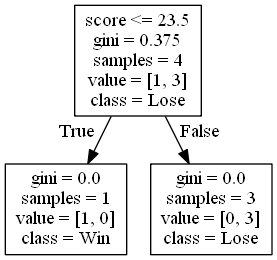
Before: DecisionTrees/Conference USAdecision_tree_with_score13.png, a diagram exported from Graphviz (alexana-steck/CSE482Project). Its source is kept beside it as DecisionTrees/Conference USAdecision_tree_with_score13.dot. Its diagram source:
```dot
digraph Tree {
node [shape=box] ;
0 [label="score <= 23.5\ngini = 0.375\nsamples = 4\nvalue = [1, 3]\nclass = Lose"] ;
1 [label="gini = 0.0\nsamples = 1\nvalue = [1, 0]\nclass = Win"] ;
0 -> 1 [labeldistance=2.5, labelangle=45, headlabel="True"] ;
2 [label="gini = 0.0\nsamples = 3\nvalue = [0, 3]\nclass = Lose"] ;
0 -> 2 [labeldistance=2.5, labelangle=-45, headlabel="False"] ;
}
```
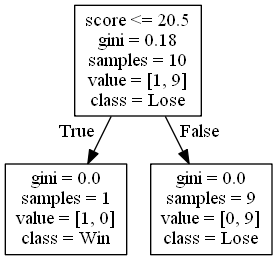
Later version of the same file.

What changed in the source:
```diff
@@ -1,8 +1,8 @@
 digraph Tree {
 node [shape=box] ;
-0 [label="score <= 23.5\ngini = 0.375\nsamples = 4\nvalue = [1, 3]\nclass = Lose"] ;
+0 [label="score <= 20.5\ngini = 0.18\nsamples = 10\nvalue = [1, 9]\nclass = Lose"] ;
 1 [label="gini = 0.0\nsamples = 1\nvalue = [1, 0]\nclass = Win"] ;
 0 -> 1 [labeldistance=2.5, labelangle=45, headlabel="True"] ;
-2 [label="gini = 0.0\nsamples = 3\nvalue = [0, 3]\nclass = Lose"] ;
+2 [label="gini = 0.0\nsamples = 9\nvalue = [0, 9]\nclass = Lose"] ;
 0 -> 2 [labeldistance=2.5, labelangle=-45, headlabel="False"] ;
 }
```
